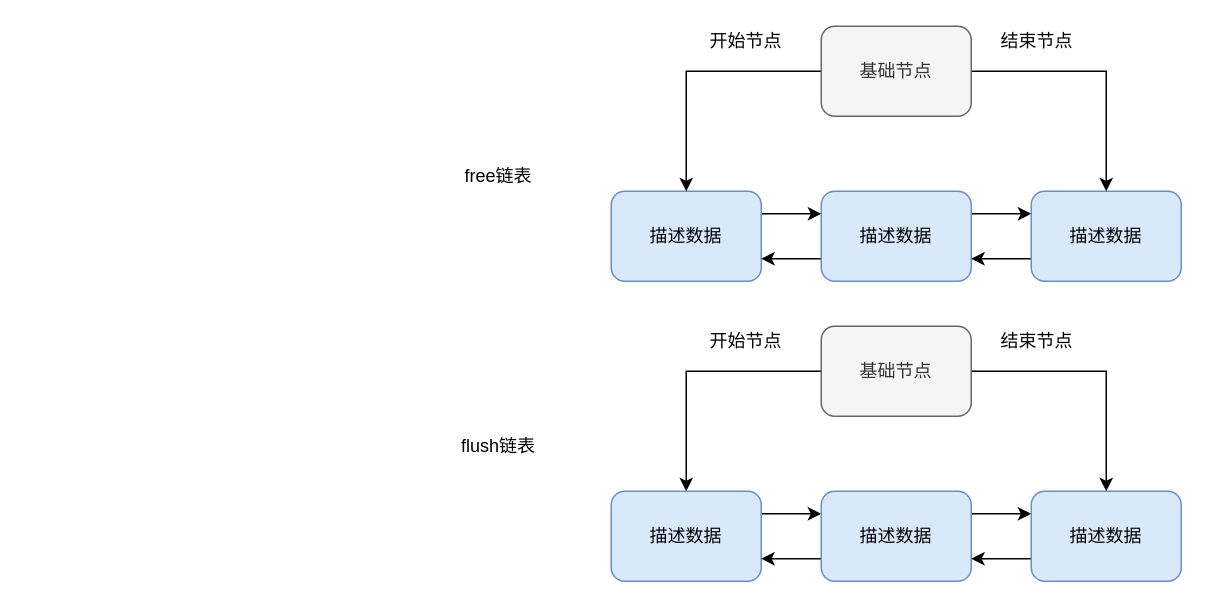
Earlier version of the draw.io diagram mysql/free链表和flush链表.drawio (erlieStar/diagrams). Source tidied: cells renumbered, new cells numbered last; positions are measured from the earlier drawing's top-left corner, leaving out a move shared by most shapes. Both pictures are drawn from the tidied source at 150%, with x=0, y=0 at pixel (446, 26).
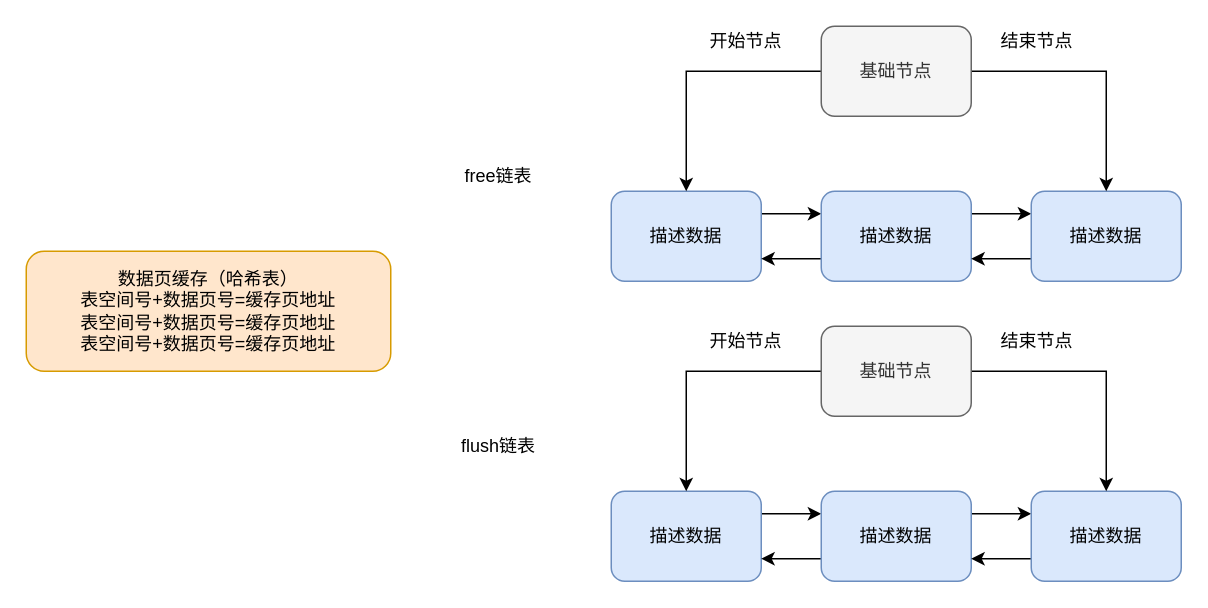
After the change.

Commit message (it also covers changes not shown here):
Update free链表和flush链表.drawio

What changed in the source:
```diff
@@
+    <mxCell id="28" value="数据页缓存（哈希表）&lt;br&gt;表空间号+数据页号=缓存页地址&lt;br&gt;表空间号+数据页号=缓存页地址&lt;br&gt;表空间号+数据页号=缓存页地址" style="rounded=1;whiteSpace=wrap;html=1;fillColor=#ffe6cc;strokeColor=#d79b00;" parent="1" vertex="1">
+      <mxGeometry x="-280" y="150" width="243" height="80" as="geometry" />
+    </mxCell>
```
